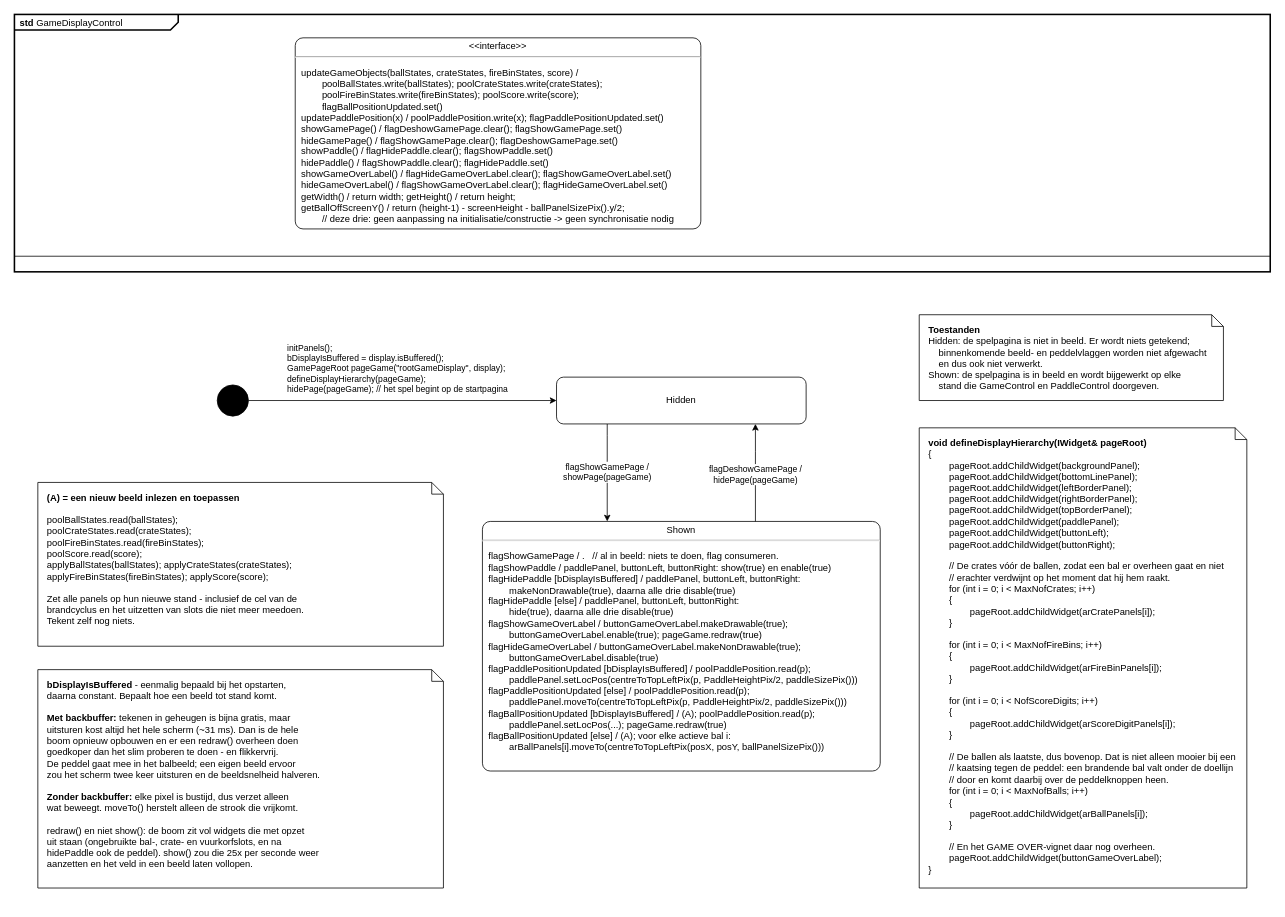
Above: page "STD-GameDisplayControl" (9 of 18) of apps/pong_cleangui_dg_adv/models/pong_dg_adv.drawio in nepbuur1/test_lasergame_2_rework_CleanGUI_godmode (draw.io), before the change. Source tidied: cells renumbered, new cells numbered last; positions are measured from the earlier drawing's top-left corner, leaving out a move shared by most shapes. Both pictures are drawn from the tidied source at 78%, with x=0, y=0 at pixel (14, 14).
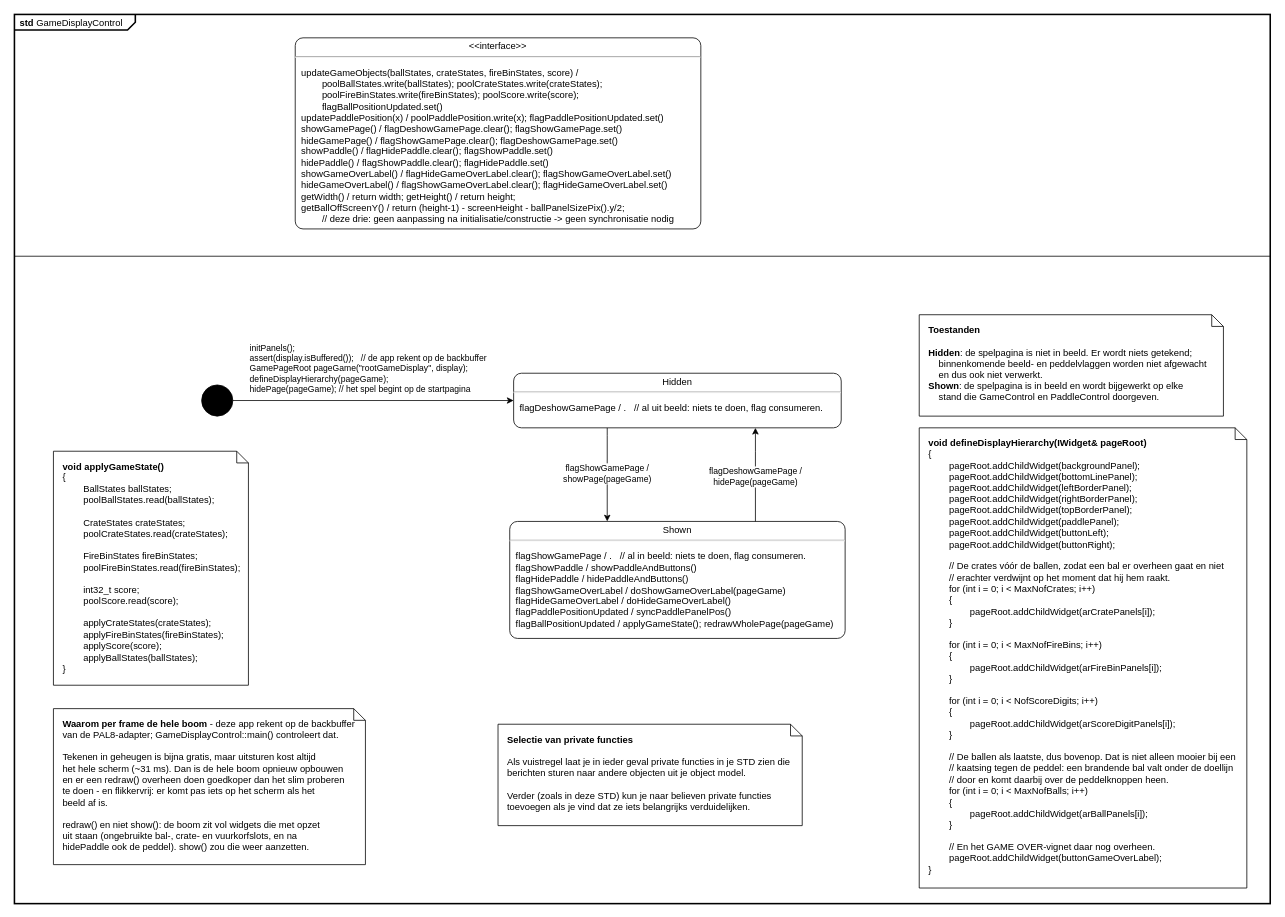
The same diagram, later.

The edit, as a diff of the source:
```diff
@@
-    <mxCell id="2" value="&lt;p style=&quot;margin:0px;margin-top:4px;margin-left:7px;text-align:left;&quot;&gt;&lt;b&gt;std&lt;/b&gt;  GameDisplayControl&lt;/p&gt;" style="html=1;shape=mxgraph.sysml.package;overflow=fill;labelX=210;strokeWidth=2;align=center;" parent="1" vertex="1">
-      <mxGeometry width="1610" height="330" as="geometry" />
+    <mxCell id="2" value="&lt;p style=&quot;margin:0px;margin-top:4px;margin-left:7px;text-align:left;&quot;&gt;&lt;b&gt;std&lt;/b&gt;  GameDisplayControl&lt;/p&gt;" style="html=1;shape=mxgraph.sysml.package;overflow=fill;labelX=155.76;strokeWidth=2;align=center;" parent="1" vertex="1">
+      <mxGeometry width="1610" height="1140" as="geometry" />
     </mxCell>
@@
     <mxCell id="5" style="shape=ellipse;html=1;fillColor=#000000;fontSize=18;fontColor=#ffffff;" parent="1" vertex="1">
-      <mxGeometry x="260" y="475" width="40" height="40" as="geometry" />
+      <mxGeometry x="240" y="475" width="40" height="40" as="geometry" />
     </mxCell>
-    <mxCell id="6" value="&lt;p style=&quot;margin: 0px ; margin-top: 4px ; text-align: center&quot;&gt;Shown&lt;/p&gt;&lt;hr&gt;&lt;p&gt;&lt;/p&gt;&lt;p style=&quot;margin: 0px ; margin-left: 8px ; text-align: left&quot;&gt;flagShowGamePage / .&amp;nbsp; &amp;nbsp;// al in beeld: niets te doen, flag consumeren.&lt;br&gt;flagShowPaddle / paddlePanel, buttonLeft, buttonRight: show(true) en enable(true)&lt;br&gt;flagHidePaddle [bDisplayIsBuffered] / paddlePanel, buttonLeft, buttonRight:&lt;br&gt;&amp;nbsp;&amp;nbsp;&amp;nbsp;&amp;nbsp;&amp;nbsp;&amp;nbsp;&amp;nbsp;&amp;nbsp;makeNonDrawable(true), daarna alle drie disable(true)&lt;br&gt;flagHidePaddle [else] / paddlePanel, buttonLeft, buttonRight:&lt;br&gt;&amp;nbsp;&amp;nbsp;&amp;nbsp;&amp;nbsp;&amp;nbsp;&amp;nbsp;&amp;nbsp;&amp;nbsp;hide(true), daarna alle drie disable(true)&lt;br&gt;flagShowGameOverLabel / buttonGameOverLabel.makeDrawable(true);&lt;br&gt;&amp;nbsp;&amp;nbsp;&amp;nbsp;&amp;nbsp;&amp;nbsp;&amp;nbsp;&amp;nbsp;&amp;nbsp;buttonGameOverLabel.enable(true); pageGame.redraw(true)&lt;br&gt;flagHideGameOverLabel / buttonGameOverLabel.makeNonDrawable(true);&lt;br&gt;&amp;nbsp;&amp;nbsp;&amp;nbsp;&amp;nbsp;&amp;nbsp;&amp;nbsp;&amp;nbsp;&amp;nbsp;buttonGameOverLabel.disable(true)&lt;br&gt;flagPaddlePositionUpdated [bDisplayIsBuffered] / poolPaddlePosition.read(p);&lt;br&gt;&amp;nbsp;&amp;nbsp;&amp;nbsp;&amp;nbsp;&amp;nbsp;&amp;nbsp;&amp;nbsp;&amp;nbsp;paddlePanel.setLocPos(centreToTopLeftPix(p, PaddleHeightPix/2, paddleSizePix()))&lt;br&gt;flagPaddlePositionUpdated [else] / poolPaddlePosition.read(p);&lt;br&gt;&amp;nbsp;&amp;nbsp;&amp;nbsp;&amp;nbsp;&amp;nbsp;&amp;nbsp;&amp;nbsp;&amp;nbsp;paddlePanel.moveTo(centreToTopLeftPix(p, PaddleHeightPix/2, paddleSizePix()))&lt;br&gt;flagBallPositionUpdated [bDisplayIsBuffered] / (A); poolPaddlePosition.read(p);&lt;br&gt;&amp;nbsp;&amp;nbsp;&amp;nbsp;&amp;nbsp;&amp;nbsp;&amp;nbsp;&amp;nbsp;&amp;nbsp;paddlePanel.setLocPos(...); pageGame.redraw(true)&lt;br&gt;flagBallPositionUpdated [else] / (A); voor elke actieve bal i:&lt;br&gt;&amp;nbsp;&amp;nbsp;&amp;nbsp;&amp;nbsp;&amp;nbsp;&amp;nbsp;&amp;nbsp;&amp;nbsp;arBallPanels[i].moveTo(centreToTopLeftPix(posX, posY, ballPanelSizePix()))&lt;/p&gt;" style="shape=mxgraph.sysml.simpleState;html=1;overflow=fill;whiteSpace=wrap;align=center;" parent="1" vertex="1">
-      <mxGeometry x="600" y="650" width="510" height="320" as="geometry" />
+    <mxCell id="6" value="&lt;p style=&quot;margin: 0px ; margin-top: 4px ; text-align: center&quot;&gt;Shown&lt;/p&gt;&lt;hr&gt;&lt;p&gt;&lt;/p&gt;&lt;p style=&quot;margin: 0px ; margin-left: 8px ; text-align: left&quot;&gt;flagShowGamePage / .&amp;nbsp; &amp;nbsp;// al in beeld: niets te doen, flag consumeren.&lt;br&gt;flagShowPaddle / showPaddleAndButtons()&lt;br&gt;flagHidePaddle / hidePaddleAndButtons()&lt;br&gt;flagShowGameOverLabel / doShowGameOverLabel(pageGame)&lt;br&gt;flagHideGameOverLabel / doHideGameOverLabel()&lt;br&gt;flagPaddlePositionUpdated / syncPaddlePanelPos()&lt;br&gt;flagBallPositionUpdated / applyGameState(); redrawWholePage(pageGame)&lt;/p&gt;" style="shape=mxgraph.sysml.simpleState;html=1;overflow=fill;whiteSpace=wrap;align=center;" parent="1" vertex="1">
+      <mxGeometry x="635" y="650" width="430" height="150" as="geometry" />
     </mxCell>
-    <mxCell id="7" value="initPanels();&lt;br&gt;bDisplayIsBuffered = display.isBuffered();&lt;br&gt;GamePageRoot pageGame(&quot;rootGameDisplay&quot;, display);&lt;br&gt;defineDisplayHierarchy(pageGame);&lt;br&gt;hidePage(pageGame);             // het spel begint op de startpagina" style="edgeStyle=orthogonalEdgeStyle;rounded=0;jettySize=auto;html=1;align=left;labelBackgroundColor=none;verticalAlign=bottom;" parent="1" edge="1" source="5" target="14">
-      <mxGeometry x="-0.75" y="5" relative="1" as="geometry">
-        <mxPoint x="-1" as="offset" />
-      </mxGeometry>
+    <mxCell id="7" value="initPanels();&lt;br&gt;assert(display.isBuffered());&amp;nbsp;&amp;nbsp;&amp;nbsp;// de app rekent op de backbuffer&lt;br&gt;GamePageRoot pageGame(&quot;rootGameDisplay&quot;, display);&lt;br&gt;defineDisplayHierarchy(pageGame);&lt;br&gt;hidePage(pageGame);             // het spel begint op de startpagina" style="edgeStyle=orthogonalEdgeStyle;rounded=0;jettySize=auto;html=1;align=left;labelBackgroundColor=none;verticalAlign=bottom;" parent="1" edge="1" source="5" target="14">
+      <mxGeometry x="-0.89" y="5" relative="1" as="geometry" />
     </mxCell>
@@
-    <mxCell id="10" value="&lt;b&gt;(A) = een nieuw beeld inlezen en toepassen&lt;/b&gt;&lt;br&gt;&lt;br&gt;poolBallStates.read(ballStates);&lt;br&gt;poolCrateStates.read(crateStates);&lt;br&gt;poolFireBinStates.read(fireBinStates);&lt;br&gt;poolScore.read(score);&lt;br&gt;applyBallStates(ballStates);   applyCrateStates(crateStates);&lt;br&gt;applyFireBinStates(fireBinStates);   applyScore(score);&lt;br&gt;&lt;br&gt;Zet alle panels op hun nieuwe stand - inclusief de cel van de&lt;br&gt;brandcyclus en het uitzetten van slots die niet meer meedoen.&lt;br&gt;Tekent zelf nog niets." style="shape=note;size=15;align=left;verticalAlign=top;spacingLeft=10;spacingTop=6;html=1;whiteSpace=wrap;" parent="1" vertex="1">
-      <mxGeometry x="30" y="600" width="520" height="210" as="geometry" />
+    <mxCell id="10" value="&lt;div&gt;&lt;div&gt;&lt;b&gt;void applyGameState()&lt;/b&gt;&lt;/div&gt;&lt;div&gt;{&lt;/div&gt;&lt;div&gt;&lt;span style=&quot;white-space: normal;&quot;&gt;&lt;span style=&quot;white-space:pre&quot;&gt;&#9;&lt;/span&gt;BallStates ballStates;&lt;/span&gt;&lt;/div&gt;&lt;div&gt;&lt;span style=&quot;white-space: normal;&quot;&gt;&lt;span style=&quot;white-space:pre&quot;&gt;&#9;&lt;/span&gt;poolBallStates.read(ballStates);&lt;/span&gt;&lt;/div&gt;&lt;div&gt;&lt;br&gt;&lt;/div&gt;&lt;div&gt;&lt;span style=&quot;white-space: normal;&quot;&gt;&lt;span style=&quot;white-space:pre&quot;&gt;&#9;&lt;/span&gt;CrateStates crateStates;&lt;/span&gt;&lt;/div&gt;&lt;div&gt;&lt;span style=&quot;white-space: normal;&quot;&gt;&lt;span style=&quot;white-space:pre&quot;&gt;&#9;&lt;/span&gt;poolCrateStates.read(crateStates);&lt;/span&gt;&lt;/div&gt;&lt;div&gt;&lt;br&gt;&lt;/div&gt;&lt;div&gt;&lt;span style=&quot;white-space: normal;&quot;&gt;&lt;span style=&quot;white-space:pre&quot;&gt;&#9;&lt;/span&gt;FireBinStates fireBinStates;&lt;/span&gt;&lt;/div&gt;&lt;div&gt;&lt;span style=&quot;white-space: normal;&quot;&gt;&lt;span style=&quot;white-space:pre&quot;&gt;&#9;&lt;/span&gt;poolFireBinStates.read(fireBinStates);&lt;/span&gt;&lt;/div&gt;&lt;div&gt;&lt;br&gt;&lt;/div&gt;&lt;div&gt;&lt;span style=&quot;white-space: normal;&quot;&gt;&lt;span style=&quot;white-space:pre&quot;&gt;&#9;&lt;/span&gt;int32_t score;&lt;/span&gt;&lt;/div&gt;&lt;div&gt;&lt;span style=&quot;white-space: normal;&quot;&gt;&lt;span style=&quot;white-space:pre&quot;&gt;&#9;&lt;/span&gt;poolScore.read(score);&lt;/span&gt;&lt;/div&gt;&lt;div&gt;&lt;br&gt;&lt;/div&gt;&lt;div&gt;&lt;span style=&quot;white-space: normal;&quot;&gt;&lt;span style=&quot;white-space:pre&quot;&gt;&#9;&lt;/span&gt;applyCrateStates(crateStates);&lt;/span&gt;&lt;/div&gt;&lt;div&gt;&lt;span style=&quot;white-space: normal;&quot;&gt;&lt;span style=&quot;white-space:pre&quot;&gt;&#9;&lt;/span&gt;applyFireBinStates(fireBinStates);&lt;/span&gt;&lt;/div&gt;&lt;div&gt;&lt;span style=&quot;white-space: normal;&quot;&gt;&lt;span style=&quot;white-space:pre&quot;&gt;&#9;&lt;/span&gt;applyScore(score);&lt;/span&gt;&lt;/div&gt;&lt;div&gt;&lt;span style=&quot;white-space: normal;&quot;&gt;&lt;span style=&quot;white-space:pre&quot;&gt;&#9;&lt;/span&gt;applyBallStates(ballStates);&lt;/span&gt;&lt;/div&gt;&lt;div&gt;}&lt;/div&gt;&lt;/div&gt;" style="shape=note;size=15;align=left;verticalAlign=top;spacingLeft=10;spacingTop=6;html=1;whiteSpace=wrap;" parent="1" vertex="1">
+      <mxGeometry x="50" y="560" width="250" height="300" as="geometry" />
     </mxCell>
-    <mxCell id="11" value="&lt;b&gt;bDisplayIsBuffered&lt;/b&gt; - eenmalig bepaald bij het opstarten,&lt;br&gt;daarna constant. Bepaalt hoe een beeld tot stand komt.&lt;br&gt;&lt;br&gt;&lt;b&gt;Met backbuffer:&lt;/b&gt; tekenen in geheugen is bijna gratis, maar&lt;br&gt;uitsturen kost altijd het hele scherm (~31 ms). Dan is de hele&lt;br&gt;boom opnieuw opbouwen en er een redraw() overheen doen&lt;br&gt;goedkoper dan het slim proberen te doen - en flikkervrij.&lt;br&gt;De peddel gaat mee in het balbeeld; een eigen beeld ervoor&lt;br&gt;zou het scherm twee keer uitsturen en de beeldsnelheid halveren.&lt;br&gt;&lt;br&gt;&lt;b&gt;Zonder backbuffer:&lt;/b&gt; elke pixel is bustijd, dus verzet alleen&lt;br&gt;wat beweegt. moveTo() herstelt alleen de strook die vrijkomt.&lt;br&gt;&lt;br&gt;redraw() en niet show(): de boom zit vol widgets die met opzet&lt;br&gt;uit staan (ongebruikte bal-, crate- en vuurkorfslots, en na&lt;br&gt;hidePaddle ook de peddel). show() zou die 25x per seconde weer&lt;br&gt;aanzetten en het veld in een beeld laten vollopen." style="shape=note;size=15;align=left;verticalAlign=top;spacingLeft=10;spacingTop=6;html=1;whiteSpace=wrap;" parent="1" vertex="1">
-      <mxGeometry x="30" y="840" width="520" height="280" as="geometry" />
+    <mxCell id="11" value="&lt;b&gt;Waarom per frame de hele boom&lt;/b&gt; - deze app rekent op de backbuffer&lt;br&gt;van de PAL8-adapter; GameDisplayControl::main() controleert dat.&lt;br&gt;&lt;br&gt;Tekenen in geheugen is bijna gratis, maar uitsturen kost altijd&lt;br&gt;het hele scherm (~31 ms). Dan is de hele boom opnieuw opbouwen&lt;br&gt;en er een redraw() overheen doen goedkoper dan het slim proberen&lt;br&gt;te doen - en flikkervrij: er komt pas iets op het scherm als het&lt;br&gt;beeld af is.&amp;nbsp;&lt;br&gt;&lt;br&gt;redraw() en niet show(): de boom zit vol widgets die met opzet&lt;br&gt;uit staan (ongebruikte bal-, crate- en vuurkorfslots, en na&lt;br&gt;hidePaddle ook de peddel). show() zou die weer aanzetten." style="shape=note;size=15;align=left;verticalAlign=top;spacingLeft=10;spacingTop=6;html=1;whiteSpace=wrap;" parent="1" vertex="1">
+      <mxGeometry x="50" y="890" width="400" height="200" as="geometry" />
     </mxCell>
-    <mxCell id="12" value="&lt;b&gt;Toestanden&lt;/b&gt;&lt;br&gt;Hidden: de spelpagina is niet in beeld. Er wordt niets getekend;&lt;br&gt;&amp;nbsp;&amp;nbsp;&amp;nbsp;&amp;nbsp;binnenkomende beeld- en peddelvlaggen worden niet afgewacht&lt;br&gt;&amp;nbsp;&amp;nbsp;&amp;nbsp;&amp;nbsp;en dus ook niet verwerkt.&lt;br&gt;Shown: de spelpagina is in beeld en wordt bijgewerkt op elke&lt;br&gt;&amp;nbsp;&amp;nbsp;&amp;nbsp;&amp;nbsp;stand die GameControl en PaddleControl doorgeven." style="shape=note;size=15;align=left;verticalAlign=top;spacingLeft=10;spacingTop=6;html=1;whiteSpace=wrap;" parent="1" vertex="1">
-      <mxGeometry x="1160" y="385" width="390" height="110" as="geometry" />
+    <mxCell id="12" value="&lt;b&gt;Toestanden&lt;br&gt;&lt;/b&gt;&lt;br&gt;&lt;b&gt;Hidden&lt;/b&gt;: de spelpagina is niet in beeld. Er wordt niets getekend;&lt;br&gt;&amp;nbsp;&amp;nbsp;&amp;nbsp;&amp;nbsp;binnenkomende beeld- en peddelvlaggen worden niet afgewacht&lt;br&gt;&amp;nbsp;&amp;nbsp;&amp;nbsp;&amp;nbsp;en dus ook niet verwerkt.&lt;br&gt;&lt;b&gt;Shown&lt;/b&gt;: de spelpagina is in beeld en wordt bijgewerkt op elke&lt;br&gt;&amp;nbsp;&amp;nbsp;&amp;nbsp;&amp;nbsp;stand die GameControl en PaddleControl doorgeven." style="shape=note;size=15;align=left;verticalAlign=top;spacingLeft=10;spacingTop=6;html=1;whiteSpace=wrap;" parent="1" vertex="1">
+      <mxGeometry x="1160" y="385" width="390" height="130" as="geometry" />
     </mxCell>
@@
-    <mxCell id="14" value="Hidden" style="rounded=1;whiteSpace=wrap;html=1;" parent="1" vertex="1">
-      <mxGeometry x="695" y="465" width="320" height="60" as="geometry" />
+    <mxCell id="14" value="&lt;p style=&quot;margin: 0px ; margin-top: 4px ; text-align: center&quot;&gt;Hidden&lt;/p&gt;&lt;hr&gt;&lt;p&gt;&lt;/p&gt;&lt;p style=&quot;margin: 0px ; margin-left: 8px ; text-align: left&quot;&gt;flagDeshowGamePage / .&amp;nbsp; &amp;nbsp;// al uit beeld: niets te doen, flag consumeren.&lt;/p&gt;" style="shape=mxgraph.sysml.simpleState;html=1;overflow=fill;whiteSpace=wrap;align=center;" parent="1" vertex="1">
+      <mxGeometry x="640" y="460" width="420" height="70" as="geometry" />
     </mxCell>
+    <mxCell id="15" value="&lt;b&gt;Selectie van private functies&lt;/b&gt;&lt;div&gt;&lt;br&gt;Als vuistregel laat je in ieder geval private functies in je STD zien die berichten sturen naar andere objecten uit je object model.&lt;br&gt;&lt;br&gt;Verder (zoals in deze STD) kun je naar believen private functies toevoegen als je vind dat ze iets belangrijks verduidelijken.&lt;/div&gt;" style="shape=note;size=15;align=left;verticalAlign=top;spacingLeft=10;spacingTop=6;html=1;whiteSpace=wrap;" parent="1" vertex="1">
+      <mxGeometry x="620" y="910" width="390" height="130" as="geometry" />
+    </mxCell>
```
